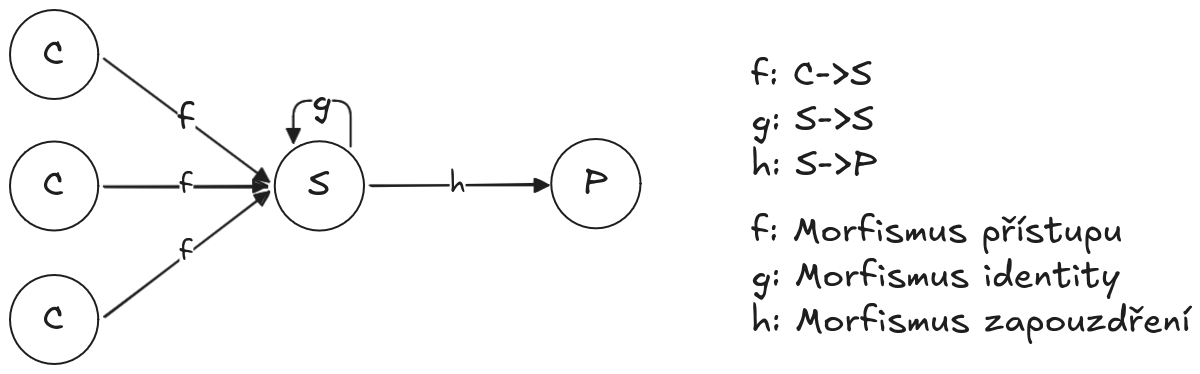
Earlier version of the Excalidraw export obrazky/diplomka/category_singleton.excalidraw.png (Bahamut731lp/thesis-master). Source tidied: one line per element, renumbered; positions are measured from the earlier drawing's top-left corner, leaving out a move shared by most shapes.
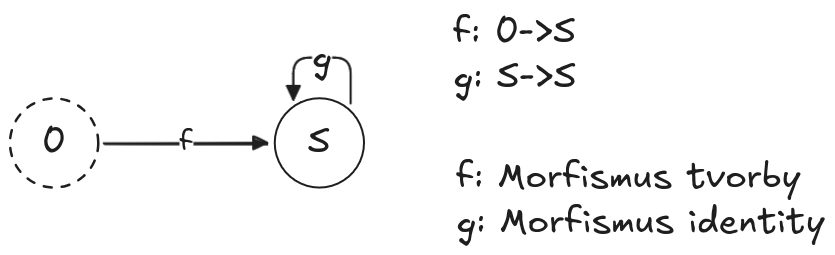
The same diagram one commit later.

Commit message:
feat: Category Theory

Diff of the diagram source:
```diff
@@ -2,21 +2,9 @@
 {"id": 1, "type": "text", "text": "S", "strokeColor": "#1e1e1e", "strokeWidth": 2, "roughness": 0, "fontSize": 36, "fontFamily": 5, "textAlign": "center", "verticalAlign": "middle", "inside": 0, "x": 298, "y": 153, "width": 22, "height": 45}
 {"id": 2, "type": "arrow", "strokeColor": "#1e1e1e", "strokeWidth": 2, "roughness": 0, "endArrowhead": "triangle", "from": 0, "to": 0, "x": 341, "y": 136, "width": 57, "height": 46, "points": [[0, 0], [0, -46], [-57, -46], [-57, -4]]}
 {"id": 3, "type": "text", "text": "g", "strokeColor": "#1e1e1e", "strokeWidth": 2, "roughness": 0, "fontSize": 36, "fontFamily": 5, "textAlign": "center", "verticalAlign": "middle", "inside": 2, "x": 367, "y": 76, "width": 20, "height": 45}
-{"id": 4, "type": "text", "text": "f", "strokeColor": "#1e1e1e", "strokeWidth": 2, "roughness": 0, "fontSize": 36, "fontFamily": 5, "textAlign": "center", "verticalAlign": "middle", "inside": 6, "x": 254, "y": 197, "width": 18, "height": 45}
-{"id": 5, "type": "ellipse", "strokeColor": "#1e1e1e", "strokeWidth": 2, "roughness": 0, "round": true, "x": 0, "y": 0, "width": 88, "height": 89}
-{"id": 6, "type": "arrow", "strokeColor": "#1e1e1e", "strokeWidth": 2, "roughness": 0, "endArrowhead": "triangle", "from": 5, "to": 0, "x": 94, "y": 49, "width": 165, "height": 123, "points": [[0, 0], [165, 123]]}
-{"id": 7, "type": "text", "text": "C", "strokeColor": "#1e1e1e", "strokeWidth": 2, "roughness": 0, "fontSize": 36, "fontFamily": 5, "textAlign": "center", "verticalAlign": "middle", "inside": 5, "x": 33, "y": 22, "width": 23, "height": 45}
-{"id": 8, "type": "text", "text": "f: Morfismus přístupu\ng: Morfismus identity\nh: Morfismus zapouzdření", "strokeColor": "#1e1e1e", "strokeWidth": 2, "strokeStyle": "dashed", "roughness": 0, "fontSize": 36, "fontFamily": 5, "x": 741, "y": 199, "width": 439, "height": 135}
+{"id": 8, "type": "text", "text": "f: Morfismus tvorby\ng: Morfismus identity", "strokeColor": "#1e1e1e", "strokeWidth": 2, "strokeStyle": "dashed", "roughness": 0, "fontSize": 36, "fontFamily": 5, "x": 446, "y": 188, "width": 369, "height": 90}
-{"id": 9, "type": "text", "text": "f: C->S\ng: S->S\nh: S->P", "strokeColor": "#1e1e1e", "strokeWidth": 2, "strokeStyle": "dashed", "roughness": 0, "fontSize": 36, "fontFamily": 5, "x": 741, "y": 43, "width": 126, "height": 135}
+{"id": 9, "type": "text", "text": "f: 0->S\ng: S->S", "strokeColor": "#1e1e1e", "strokeWidth": 2, "strokeStyle": "dashed", "roughness": 0, "fontSize": 36, "fontFamily": 5, "x": 443, "y": 43, "width": 123, "height": 90}
-{"id": 10, "type": "ellipse", "strokeColor": "#1e1e1e", "strokeWidth": 2, "roughness": 0, "round": true, "x": 0, "y": 132, "width": 88, "height": 89}
+{"id": 10, "type": "ellipse", "strokeColor": "#1e1e1e", "strokeWidth": 2, "strokeStyle": "dashed", "roughness": 0, "round": true, "x": 0, "y": 132, "width": 88, "height": 89}
-{"id": 11, "type": "text", "text": "C", "strokeColor": "#1e1e1e", "strokeWidth": 2, "roughness": 0, "fontSize": 36, "fontFamily": 5, "textAlign": "center", "verticalAlign": "middle", "inside": 10, "x": 33, "y": 154, "width": 23, "height": 45}
+{"id": 11, "type": "text", "text": "0", "strokeColor": "#1e1e1e", "strokeWidth": 2, "roughness": 0, "fontSize": 36, "fontFamily": 5, "textAlign": "center", "verticalAlign": "middle", "inside": 10, "x": 32, "y": 154, "width": 24, "height": 45}
-{"id": 12, "type": "ellipse", "strokeColor": "#1e1e1e", "strokeWidth": 2, "roughness": 0, "round": true, "x": 0, "y": 265, "width": 88, "height": 89}
-{"id": 13, "type": "text", "text": "C", "strokeColor": "#1e1e1e", "strokeWidth": 2, "roughness": 0, "fontSize": 36, "fontFamily": 5, "textAlign": "center", "verticalAlign": "middle", "inside": 12, "x": 33, "y": 287, "width": 23, "height": 45}
 {"id": 14, "type": "arrow", "strokeColor": "#1e1e1e", "strokeWidth": 2, "roughness": 1, "endArrowhead": "triangle", "round": true, "from": 10, "to": 0, "x": 94, "y": 176, "width": 164, "height": 0, "points": [[0, 0], [164, 0]]}
 {"id": 15, "type": "text", "text": "f", "strokeColor": "#1e1e1e", "strokeWidth": 2, "roughness": 1, "fontSize": 28, "fontFamily": 5, "textAlign": "center", "verticalAlign": "middle", "inside": 14, "x": 202, "y": 158, "width": 14, "height": 35}
-{"id": 16, "type": "arrow", "strokeColor": "#1e1e1e", "strokeWidth": 2, "roughness": 1, "endArrowhead": "triangle", "round": true, "from": 12, "to": 0, "x": 94, "y": 305, "width": 165, "height": 125, "points": [[0, 0], [165, -125]]}
-{"id": 17, "type": "text", "text": "f", "strokeColor": "#1e1e1e", "strokeWidth": 2, "roughness": 1, "fontSize": 28, "fontFamily": 5, "textAlign": "center", "verticalAlign": "middle", "inside": 16, "x": 202, "y": 225, "width": 14, "height": 35}
-{"id": 18, "type": "ellipse", "strokeColor": "#1e1e1e", "strokeWidth": 2, "roughness": 0, "round": true, "x": 541, "y": 129, "width": 89, "height": 89}
-{"id": 19, "type": "text", "text": "P", "strokeColor": "#1e1e1e", "strokeWidth": 2, "roughness": 0, "fontSize": 36, "fontFamily": 5, "textAlign": "center", "verticalAlign": "middle", "inside": 18, "x": 573, "y": 151, "width": 25, "height": 45}
-{"id": 20, "type": "arrow", "strokeColor": "#1e1e1e", "strokeWidth": 2, "roughness": 1, "endArrowhead": "triangle", "round": true, "from": 0, "to": 18, "x": 360, "y": 176, "width": 175, "height": 2, "points": [[0, 0], [175, -2]]}
-{"id": 21, "type": "text", "text": "h", "strokeColor": "#1e1e1e", "strokeWidth": 2, "roughness": 1, "fontSize": 28, "fontFamily": 5, "textAlign": "center", "verticalAlign": "middle", "inside": 20, "x": 440, "y": 160, "width": 16, "height": 35}
```
